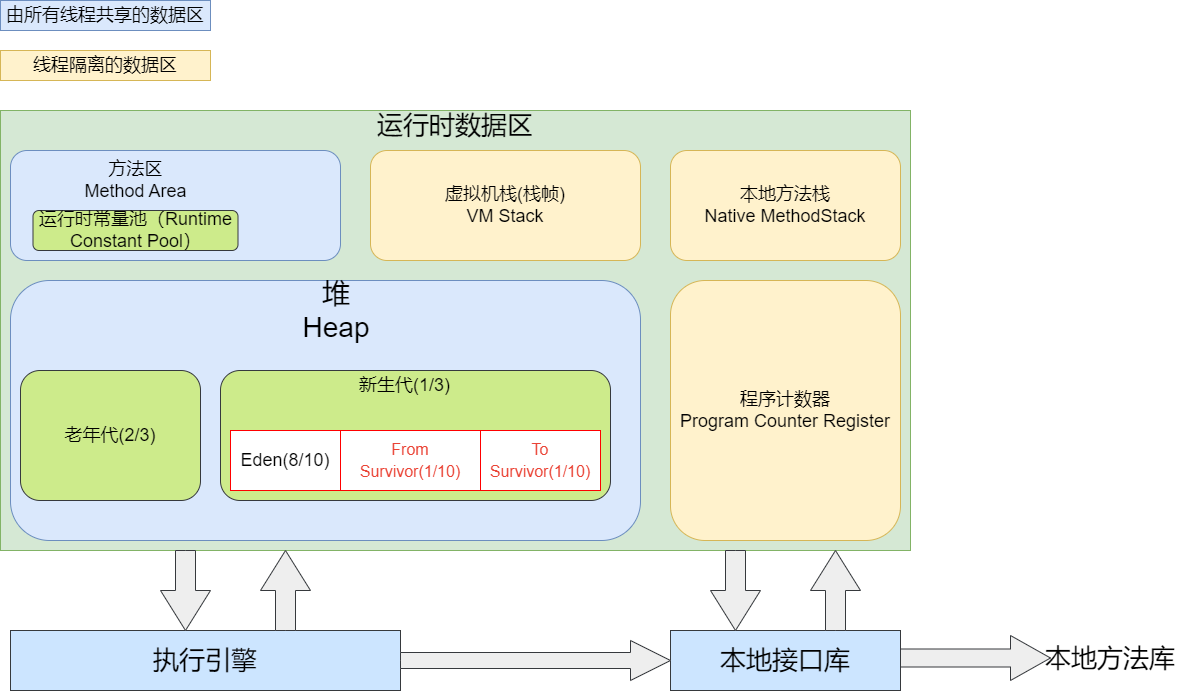
Above: utilsdemo/src/main/resources/FlowDiagram/JVM内存结构.drawio.png in an-1024/WorkUtil (draw.io), before the change. Source tidied: cells renumbered, new cells last; positions are measured from the earlier drawing's top-left corner, leaving out a move shared by most shapes. Source of this version:
```xml
<mxGraphModel>
  <root>
    <mxCell id="0" />
    <mxCell id="1" parent="0" />
    <mxCell id="2" style="rounded=0;whiteSpace=wrap;html=1;fillColor=#d5e8d4;strokeColor=#82b366;" parent="1" vertex="1">
      <mxGeometry y="110" width="910" height="440" as="geometry" />
    </mxCell>
    <mxCell id="3" value="运行时数据区" style="text;html=1;strokeColor=none;fillColor=none;align=center;verticalAlign=middle;whiteSpace=wrap;rounded=0;fontSize=26;" parent="1" vertex="1">
      <mxGeometry x="355" y="110" width="200" height="30" as="geometry" />
    </mxCell>
    <mxCell id="4" value="由所有线程共享的数据区" style="rounded=0;whiteSpace=wrap;html=1;fontSize=18;fillColor=#dae8fc;strokeColor=#6c8ebf;" parent="1" vertex="1">
      <mxGeometry width="210" height="30" as="geometry" />
    </mxCell>
    <mxCell id="5" value="线程隔离的数据区" style="rounded=0;whiteSpace=wrap;html=1;fontSize=18;fillColor=#fff2cc;strokeColor=#d6b656;" parent="1" vertex="1">
      <mxGeometry y="50" width="210" height="30" as="geometry" />
    </mxCell>
    <mxCell id="6" style="rounded=1;whiteSpace=wrap;html=1;fontSize=18;fillColor=#dae8fc;strokeColor=#6c8ebf;" parent="1" vertex="1">
      <mxGeometry x="10" y="150" width="330" height="110" as="geometry" />
    </mxCell>
    <mxCell id="7" value="虚拟机栈(栈帧)&lt;br&gt;VM Stack" style="rounded=1;whiteSpace=wrap;html=1;fontSize=18;fillColor=#fff2cc;strokeColor=#d6b656;" parent="1" vertex="1">
      <mxGeometry x="370" y="150" width="270" height="110" as="geometry" />
    </mxCell>
    <mxCell id="8" value="本地方法栈&lt;br&gt;Native MethodStack" style="rounded=1;whiteSpace=wrap;html=1;fontSize=18;fillColor=#fff2cc;strokeColor=#d6b656;" parent="1" vertex="1">
      <mxGeometry x="670" y="150" width="230" height="110" as="geometry" />
    </mxCell>
    <mxCell id="9" style="rounded=1;whiteSpace=wrap;html=1;fontSize=18;fillColor=#dae8fc;strokeColor=#6c8ebf;" parent="1" vertex="1">
      <mxGeometry x="10" y="280" width="630" height="260" as="geometry" />
    </mxCell>
    <mxCell id="10" value="程序计数器&lt;br&gt;Program Counter Register" style="rounded=1;whiteSpace=wrap;html=1;fontSize=18;fillColor=#fff2cc;strokeColor=#d6b656;" parent="1" vertex="1">
      <mxGeometry x="670" y="280" width="230" height="260" as="geometry" />
    </mxCell>
    <mxCell id="11" value="堆&lt;br style=&quot;font-size: 28px;&quot;&gt;Heap" style="text;html=1;strokeColor=none;fillColor=none;align=center;verticalAlign=middle;whiteSpace=wrap;rounded=0;fontSize=28;" parent="1" vertex="1">
      <mxGeometry x="237.5" y="295" width="196" height="30" as="geometry" />
    </mxCell>
    <mxCell id="12" value="方法区&lt;br&gt;Method Area" style="text;html=1;strokeColor=none;fillColor=none;align=center;verticalAlign=middle;whiteSpace=wrap;rounded=0;fontSize=18;" parent="1" vertex="1">
      <mxGeometry x="77.5" y="165" width="115" height="30" as="geometry" />
    </mxCell>
    <mxCell id="13" value="运行时常量池（Runtime Constant Pool）" style="rounded=1;whiteSpace=wrap;html=1;fontSize=18;fillColor=#cdeb8b;strokeColor=#36393d;" parent="1" vertex="1">
      <mxGeometry x="32.5" y="210" width="205" height="40" as="geometry" />
    </mxCell>
    <mxCell id="14" value="老年代(2/3)" style="rounded=1;whiteSpace=wrap;html=1;fontSize=18;strokeColor=#36393d;fillColor=#cdeb8b;" parent="1" vertex="1">
      <mxGeometry x="20" y="370" width="180" height="130" as="geometry" />
    </mxCell>
    <mxCell id="15" style="rounded=1;whiteSpace=wrap;html=1;fontSize=18;strokeColor=#36393d;fillColor=#cdeb8b;" parent="1" vertex="1">
      <mxGeometry x="220" y="370" width="390" height="130" as="geometry" />
    </mxCell>
    <mxCell id="16" value="新生代(1/3)" style="text;html=1;strokeColor=none;fillColor=none;align=center;verticalAlign=middle;whiteSpace=wrap;rounded=0;fontSize=18;" parent="1" vertex="1">
      <mxGeometry x="346.5" y="370" width="115" height="30" as="geometry" />
    </mxCell>
    <mxCell id="17" value="Eden(8/10)" style="rounded=0;whiteSpace=wrap;html=1;fontSize=18;strokeColor=#FF0000;" parent="1" vertex="1">
      <mxGeometry x="230" y="430" width="110" height="60" as="geometry" />
    </mxCell>
    <mxCell id="18" value="&lt;span style=&quot;color: rgb(234, 67, 53); font-family: arial, sans-serif; font-size: 16px; text-align: left; background-color: rgb(255, 255, 255);&quot;&gt;From Survivor(1/10)&lt;/span&gt;" style="rounded=0;whiteSpace=wrap;html=1;fontSize=18;strokeColor=#FF0000;" parent="1" vertex="1">
      <mxGeometry x="340" y="430" width="140" height="60" as="geometry" />
    </mxCell>
    <mxCell id="19" value="&lt;span style=&quot;color: rgb(234, 67, 53); font-family: arial, sans-serif; font-size: 16px; text-align: left; background-color: rgb(255, 255, 255);&quot;&gt;To Survivor(1/10)&lt;/span&gt;" style="rounded=0;whiteSpace=wrap;html=1;fontSize=18;strokeColor=#FF0000;" parent="1" vertex="1">
      <mxGeometry x="480" y="430" width="120" height="60" as="geometry" />
    </mxCell>
    <mxCell id="20" value="执行引擎" style="rounded=0;whiteSpace=wrap;html=1;fontSize=26;strokeColor=#36393d;fillColor=#cce5ff;" parent="1" vertex="1">
      <mxGeometry x="10" y="630" width="390" height="60" as="geometry" />
    </mxCell>
    <mxCell id="21" value="本地接口库" style="rounded=0;whiteSpace=wrap;html=1;fontSize=26;strokeColor=#36393d;fillColor=#cce5ff;" parent="1" vertex="1">
      <mxGeometry x="670" y="630" width="230" height="60" as="geometry" />
    </mxCell>
    <mxCell id="22" value="本地方法库" style="text;html=1;strokeColor=none;fillColor=none;align=center;verticalAlign=middle;whiteSpace=wrap;rounded=0;fontSize=26;" parent="1" vertex="1">
      <mxGeometry x="1030" y="625" width="160" height="65" as="geometry" />
    </mxCell>
    <mxCell id="23" style="html=1;shadow=0;dashed=0;align=center;verticalAlign=middle;shape=mxgraph.arrows2.arrow;dy=0.6;dx=40;direction=south;notch=0;fontSize=26;strokeColor=#36393d;fillColor=#eeeeee;" parent="1" vertex="1">
      <mxGeometry x="160" y="550" width="50" height="80" as="geometry" />
    </mxCell>
    <mxCell id="24" style="html=1;shadow=0;dashed=0;align=center;verticalAlign=middle;shape=mxgraph.arrows2.arrow;dy=0.6;dx=40;direction=north;notch=0;fontSize=26;strokeColor=#36393d;fillColor=#eeeeee;" parent="1" vertex="1">
      <mxGeometry x="260" y="550" width="50" height="80" as="geometry" />
    </mxCell>
    <mxCell id="25" style="html=1;shadow=0;dashed=0;align=center;verticalAlign=middle;shape=mxgraph.arrows2.arrow;dy=0.6;dx=40;notch=0;fontSize=26;strokeColor=#36393d;fillColor=#eeeeee;" parent="1" vertex="1">
      <mxGeometry x="400" y="640" width="270" height="40" as="geometry" />
    </mxCell>
    <mxCell id="26" style="html=1;shadow=0;dashed=0;align=center;verticalAlign=middle;shape=mxgraph.arrows2.arrow;dy=0.6;dx=40;direction=south;notch=0;fontSize=26;strokeColor=#36393d;fillColor=#eeeeee;" parent="1" vertex="1">
      <mxGeometry x="710" y="550" width="50" height="80" as="geometry" />
    </mxCell>
    <mxCell id="27" style="html=1;shadow=0;dashed=0;align=center;verticalAlign=middle;shape=mxgraph.arrows2.arrow;dy=0.6;dx=40;direction=north;notch=0;fontSize=26;strokeColor=#36393d;fillColor=#eeeeee;" parent="1" vertex="1">
      <mxGeometry x="810" y="550" width="50" height="80" as="geometry" />
    </mxCell>
    <mxCell id="28" style="html=1;shadow=0;dashed=0;align=center;verticalAlign=middle;shape=mxgraph.arrows2.arrow;dy=0.6;dx=40;notch=0;fontSize=26;strokeColor=#36393d;fillColor=#eeeeee;" parent="1" vertex="1">
      <mxGeometry x="900" y="635" width="150" height="45" as="geometry" />
    </mxCell>
  </root>
</mxGraphModel>
```
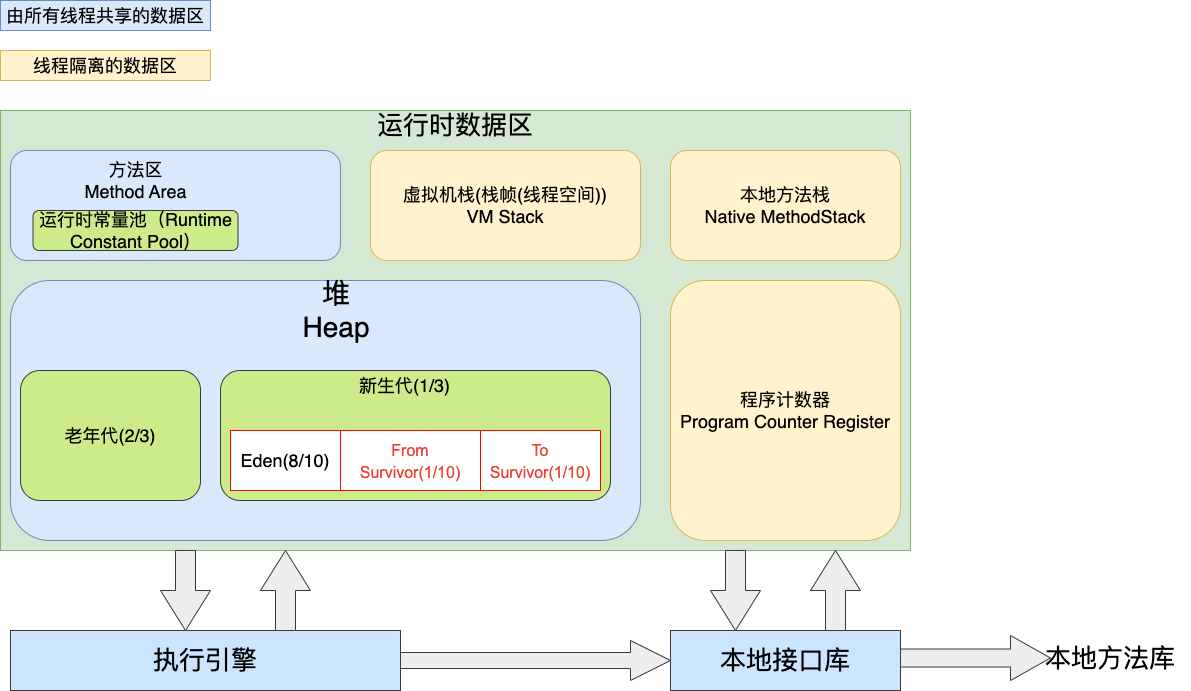
After the change.

Commit message:
更新JVM内存结构.drawio.png

The edit, as a diff of the source:
```diff
@@ -2,85 +2,88 @@
   <root>
     <mxCell id="0" />
     <mxCell id="1" parent="0" />
+    <mxCell id="29" style="group;" parent="1" vertex="1">
+      <mxGeometry x="500" y="10" width="1190" height="690" as="geometry" />
+    </mxCell>
-    <mxCell id="2" style="rounded=0;whiteSpace=wrap;html=1;fillColor=#d5e8d4;strokeColor=#82b366;" parent="1" vertex="1">
+    <mxCell id="2" style="rounded=0;whiteSpace=wrap;html=1;fillColor=#d5e8d4;strokeColor=#82b366;" parent="29" vertex="1">
       <mxGeometry y="110" width="910" height="440" as="geometry" />
     </mxCell>
-    <mxCell id="3" value="运行时数据区" style="text;html=1;strokeColor=none;fillColor=none;align=center;verticalAlign=middle;whiteSpace=wrap;rounded=0;fontSize=26;" parent="1" vertex="1">
+    <mxCell id="3" value="运行时数据区" style="text;html=1;strokeColor=none;fillColor=none;align=center;verticalAlign=middle;whiteSpace=wrap;rounded=0;fontSize=26;" parent="29" vertex="1">
       <mxGeometry x="355" y="110" width="200" height="30" as="geometry" />
     </mxCell>
-    <mxCell id="4" value="由所有线程共享的数据区" style="rounded=0;whiteSpace=wrap;html=1;fontSize=18;fillColor=#dae8fc;strokeColor=#6c8ebf;" parent="1" vertex="1">
+    <mxCell id="4" value="由所有线程共享的数据区" style="rounded=0;whiteSpace=wrap;html=1;fontSize=18;fillColor=#dae8fc;strokeColor=#6c8ebf;" parent="29" vertex="1">
       <mxGeometry width="210" height="30" as="geometry" />
     </mxCell>
-    <mxCell id="5" value="线程隔离的数据区" style="rounded=0;whiteSpace=wrap;html=1;fontSize=18;fillColor=#fff2cc;strokeColor=#d6b656;" parent="1" vertex="1">
+    <mxCell id="5" value="线程隔离的数据区" style="rounded=0;whiteSpace=wrap;html=1;fontSize=18;fillColor=#fff2cc;strokeColor=#d6b656;" parent="29" vertex="1">
       <mxGeometry y="50" width="210" height="30" as="geometry" />
     </mxCell>
-    <mxCell id="6" style="rounded=1;whiteSpace=wrap;html=1;fontSize=18;fillColor=#dae8fc;strokeColor=#6c8ebf;" parent="1" vertex="1">
+    <mxCell id="6" style="rounded=1;whiteSpace=wrap;html=1;fontSize=18;fillColor=#dae8fc;strokeColor=#6c8ebf;" parent="29" vertex="1">
       <mxGeometry x="10" y="150" width="330" height="110" as="geometry" />
     </mxCell>
-    <mxCell id="7" value="虚拟机栈(栈帧)&lt;br&gt;VM Stack" style="rounded=1;whiteSpace=wrap;html=1;fontSize=18;fillColor=#fff2cc;strokeColor=#d6b656;" parent="1" vertex="1">
+    <mxCell id="7" value="虚拟机栈(栈帧(线程空间))&lt;br&gt;VM Stack" style="rounded=1;whiteSpace=wrap;html=1;fontSize=18;fillColor=#fff2cc;strokeColor=#d6b656;" parent="29" vertex="1">
       <mxGeometry x="370" y="150" width="270" height="110" as="geometry" />
     </mxCell>
-    <mxCell id="8" value="本地方法栈&lt;br&gt;Native MethodStack" style="rounded=1;whiteSpace=wrap;html=1;fontSize=18;fillColor=#fff2cc;strokeColor=#d6b656;" parent="1" vertex="1">
+    <mxCell id="8" value="本地方法栈&lt;br&gt;Native MethodStack" style="rounded=1;whiteSpace=wrap;html=1;fontSize=18;fillColor=#fff2cc;strokeColor=#d6b656;" parent="29" vertex="1">
       <mxGeometry x="670" y="150" width="230" height="110" as="geometry" />
     </mxCell>
-    <mxCell id="9" style="rounded=1;whiteSpace=wrap;html=1;fontSize=18;fillColor=#dae8fc;strokeColor=#6c8ebf;" parent="1" vertex="1">
+    <mxCell id="9" style="rounded=1;whiteSpace=wrap;html=1;fontSize=18;fillColor=#dae8fc;strokeColor=#6c8ebf;" parent="29" vertex="1">
       <mxGeometry x="10" y="280" width="630" height="260" as="geometry" />
     </mxCell>
-    <mxCell id="10" value="程序计数器&lt;br&gt;Program Counter Register" style="rounded=1;whiteSpace=wrap;html=1;fontSize=18;fillColor=#fff2cc;strokeColor=#d6b656;" parent="1" vertex="1">
+    <mxCell id="10" value="程序计数器&lt;br&gt;Program Counter Register" style="rounded=1;whiteSpace=wrap;html=1;fontSize=18;fillColor=#fff2cc;strokeColor=#d6b656;" parent="29" vertex="1">
       <mxGeometry x="670" y="280" width="230" height="260" as="geometry" />
     </mxCell>
-    <mxCell id="11" value="堆&lt;br style=&quot;font-size: 28px;&quot;&gt;Heap" style="text;html=1;strokeColor=none;fillColor=none;align=center;verticalAlign=middle;whiteSpace=wrap;rounded=0;fontSize=28;" parent="1" vertex="1">
+    <mxCell id="11" value="堆&lt;br style=&quot;font-size: 28px;&quot;&gt;Heap" style="text;html=1;strokeColor=none;fillColor=none;align=center;verticalAlign=middle;whiteSpace=wrap;rounded=0;fontSize=28;" parent="29" vertex="1">
       <mxGeometry x="237.5" y="295" width="196" height="30" as="geometry" />
     </mxCell>
-    <mxCell id="12" value="方法区&lt;br&gt;Method Area" style="text;html=1;strokeColor=none;fillColor=none;align=center;verticalAlign=middle;whiteSpace=wrap;rounded=0;fontSize=18;" parent="1" vertex="1">
+    <mxCell id="12" value="方法区&lt;br&gt;Method Area" style="text;html=1;strokeColor=none;fillColor=none;align=center;verticalAlign=middle;whiteSpace=wrap;rounded=0;fontSize=18;" parent="29" vertex="1">
       <mxGeometry x="77.5" y="165" width="115" height="30" as="geometry" />
     </mxCell>
-    <mxCell id="13" value="运行时常量池（Runtime Constant Pool）" style="rounded=1;whiteSpace=wrap;html=1;fontSize=18;fillColor=#cdeb8b;strokeColor=#36393d;" parent="1" vertex="1">
+    <mxCell id="13" value="运行时常量池（Runtime Constant Pool）" style="rounded=1;whiteSpace=wrap;html=1;fontSize=18;fillColor=#cdeb8b;strokeColor=#36393d;" parent="29" vertex="1">
       <mxGeometry x="32.5" y="210" width="205" height="40" as="geometry" />
     </mxCell>
-    <mxCell id="14" value="老年代(2/3)" style="rounded=1;whiteSpace=wrap;html=1;fontSize=18;strokeColor=#36393d;fillColor=#cdeb8b;" parent="1" vertex="1">
+    <mxCell id="14" value="老年代(2/3)" style="rounded=1;whiteSpace=wrap;html=1;fontSize=18;strokeColor=#36393d;fillColor=#cdeb8b;" parent="29" vertex="1">
       <mxGeometry x="20" y="370" width="180" height="130" as="geometry" />
     </mxCell>
-    <mxCell id="15" style="rounded=1;whiteSpace=wrap;html=1;fontSize=18;strokeColor=#36393d;fillColor=#cdeb8b;" parent="1" vertex="1">
+    <mxCell id="15" style="rounded=1;whiteSpace=wrap;html=1;fontSize=18;strokeColor=#36393d;fillColor=#cdeb8b;" parent="29" vertex="1">
       <mxGeometry x="220" y="370" width="390" height="130" as="geometry" />
     </mxCell>
-    <mxCell id="16" value="新生代(1/3)" style="text;html=1;strokeColor=none;fillColor=none;align=center;verticalAlign=middle;whiteSpace=wrap;rounded=0;fontSize=18;" parent="1" vertex="1">
+    <mxCell id="16" value="新生代(1/3)" style="text;html=1;strokeColor=none;fillColor=none;align=center;verticalAlign=middle;whiteSpace=wrap;rounded=0;fontSize=18;" parent="29" vertex="1">
       <mxGeometry x="346.5" y="370" width="115" height="30" as="geometry" />
     </mxCell>
-    <mxCell id="17" value="Eden(8/10)" style="rounded=0;whiteSpace=wrap;html=1;fontSize=18;strokeColor=#FF0000;" parent="1" vertex="1">
+    <mxCell id="17" value="Eden(8/10)" style="rounded=0;whiteSpace=wrap;html=1;fontSize=18;strokeColor=#FF0000;" parent="29" vertex="1">
       <mxGeometry x="230" y="430" width="110" height="60" as="geometry" />
     </mxCell>
-    <mxCell id="18" value="&lt;span style=&quot;color: rgb(234, 67, 53); font-family: arial, sans-serif; font-size: 16px; text-align: left; background-color: rgb(255, 255, 255);&quot;&gt;From Survivor(1/10)&lt;/span&gt;" style="rounded=0;whiteSpace=wrap;html=1;fontSize=18;strokeColor=#FF0000;" parent="1" vertex="1">
+    <mxCell id="18" value="&lt;span style=&quot;color: rgb(234, 67, 53); font-family: arial, sans-serif; font-size: 16px; text-align: left; background-color: rgb(255, 255, 255);&quot;&gt;From Survivor(1/10)&lt;/span&gt;" style="rounded=0;whiteSpace=wrap;html=1;fontSize=18;strokeColor=#FF0000;" parent="29" vertex="1">
       <mxGeometry x="340" y="430" width="140" height="60" as="geometry" />
     </mxCell>
-    <mxCell id="19" value="&lt;span style=&quot;color: rgb(234, 67, 53); font-family: arial, sans-serif; font-size: 16px; text-align: left; background-color: rgb(255, 255, 255);&quot;&gt;To Survivor(1/10)&lt;/span&gt;" style="rounded=0;whiteSpace=wrap;html=1;fontSize=18;strokeColor=#FF0000;" parent="1" vertex="1">
+    <mxCell id="19" value="&lt;span style=&quot;color: rgb(234, 67, 53); font-family: arial, sans-serif; font-size: 16px; text-align: left; background-color: rgb(255, 255, 255);&quot;&gt;To Survivor(1/10)&lt;/span&gt;" style="rounded=0;whiteSpace=wrap;html=1;fontSize=18;strokeColor=#FF0000;" parent="29" vertex="1">
       <mxGeometry x="480" y="430" width="120" height="60" as="geometry" />
     </mxCell>
-    <mxCell id="20" value="执行引擎" style="rounded=0;whiteSpace=wrap;html=1;fontSize=26;strokeColor=#36393d;fillColor=#cce5ff;" parent="1" vertex="1">
+    <mxCell id="20" value="执行引擎" style="rounded=0;whiteSpace=wrap;html=1;fontSize=26;strokeColor=#36393d;fillColor=#cce5ff;" parent="29" vertex="1">
       <mxGeometry x="10" y="630" width="390" height="60" as="geometry" />
     </mxCell>
-    <mxCell id="21" value="本地接口库" style="rounded=0;whiteSpace=wrap;html=1;fontSize=26;strokeColor=#36393d;fillColor=#cce5ff;" parent="1" vertex="1">
+    <mxCell id="21" value="本地接口库" style="rounded=0;whiteSpace=wrap;html=1;fontSize=26;strokeColor=#36393d;fillColor=#cce5ff;" parent="29" vertex="1">
       <mxGeometry x="670" y="630" width="230" height="60" as="geometry" />
     </mxCell>
-    <mxCell id="22" value="本地方法库" style="text;html=1;strokeColor=none;fillColor=none;align=center;verticalAlign=middle;whiteSpace=wrap;rounded=0;fontSize=26;" parent="1" vertex="1">
+    <mxCell id="22" value="本地方法库" style="text;html=1;strokeColor=none;fillColor=none;align=center;verticalAlign=middle;whiteSpace=wrap;rounded=0;fontSize=26;" parent="29" vertex="1">
       <mxGeometry x="1030" y="625" width="160" height="65" as="geometry" />
     </mxCell>
-    <mxCell id="23" style="html=1;shadow=0;dashed=0;align=center;verticalAlign=middle;shape=mxgraph.arrows2.arrow;dy=0.6;dx=40;direction=south;notch=0;fontSize=26;strokeColor=#36393d;fillColor=#eeeeee;" parent="1" vertex="1">
+    <mxCell id="23" style="html=1;shadow=0;dashed=0;align=center;verticalAlign=middle;shape=mxgraph.arrows2.arrow;dy=0.6;dx=40;direction=south;notch=0;fontSize=26;strokeColor=#36393d;fillColor=#eeeeee;" parent="29" vertex="1">
       <mxGeometry x="160" y="550" width="50" height="80" as="geometry" />
     </mxCell>
-    <mxCell id="24" style="html=1;shadow=0;dashed=0;align=center;verticalAlign=middle;shape=mxgraph.arrows2.arrow;dy=0.6;dx=40;direction=north;notch=0;fontSize=26;strokeColor=#36393d;fillColor=#eeeeee;" parent="1" vertex="1">
+    <mxCell id="24" style="html=1;shadow=0;dashed=0;align=center;verticalAlign=middle;shape=mxgraph.arrows2.arrow;dy=0.6;dx=40;direction=north;notch=0;fontSize=26;strokeColor=#36393d;fillColor=#eeeeee;" parent="29" vertex="1">
       <mxGeometry x="260" y="550" width="50" height="80" as="geometry" />
     </mxCell>
-    <mxCell id="25" style="html=1;shadow=0;dashed=0;align=center;verticalAlign=middle;shape=mxgraph.arrows2.arrow;dy=0.6;dx=40;notch=0;fontSize=26;strokeColor=#36393d;fillColor=#eeeeee;" parent="1" vertex="1">
+    <mxCell id="25" style="html=1;shadow=0;dashed=0;align=center;verticalAlign=middle;shape=mxgraph.arrows2.arrow;dy=0.6;dx=40;notch=0;fontSize=26;strokeColor=#36393d;fillColor=#eeeeee;" parent="29" vertex="1">
       <mxGeometry x="400" y="640" width="270" height="40" as="geometry" />
     </mxCell>
-    <mxCell id="26" style="html=1;shadow=0;dashed=0;align=center;verticalAlign=middle;shape=mxgraph.arrows2.arrow;dy=0.6;dx=40;direction=south;notch=0;fontSize=26;strokeColor=#36393d;fillColor=#eeeeee;" parent="1" vertex="1">
+    <mxCell id="26" style="html=1;shadow=0;dashed=0;align=center;verticalAlign=middle;shape=mxgraph.arrows2.arrow;dy=0.6;dx=40;direction=south;notch=0;fontSize=26;strokeColor=#36393d;fillColor=#eeeeee;" parent="29" vertex="1">
       <mxGeometry x="710" y="550" width="50" height="80" as="geometry" />
     </mxCell>
-    <mxCell id="27" style="html=1;shadow=0;dashed=0;align=center;verticalAlign=middle;shape=mxgraph.arrows2.arrow;dy=0.6;dx=40;direction=north;notch=0;fontSize=26;strokeColor=#36393d;fillColor=#eeeeee;" parent="1" vertex="1">
+    <mxCell id="27" style="html=1;shadow=0;dashed=0;align=center;verticalAlign=middle;shape=mxgraph.arrows2.arrow;dy=0.6;dx=40;direction=north;notch=0;fontSize=26;strokeColor=#36393d;fillColor=#eeeeee;" parent="29" vertex="1">
       <mxGeometry x="810" y="550" width="50" height="80" as="geometry" />
     </mxCell>
-    <mxCell id="28" style="html=1;shadow=0;dashed=0;align=center;verticalAlign=middle;shape=mxgraph.arrows2.arrow;dy=0.6;dx=40;notch=0;fontSize=26;strokeColor=#36393d;fillColor=#eeeeee;" parent="1" vertex="1">
+    <mxCell id="28" style="html=1;shadow=0;dashed=0;align=center;verticalAlign=middle;shape=mxgraph.arrows2.arrow;dy=0.6;dx=40;notch=0;fontSize=26;strokeColor=#36393d;fillColor=#eeeeee;" parent="29" vertex="1">
       <mxGeometry x="900" y="635" width="150" height="45" as="geometry" />
     </mxCell>
   </root>
```
